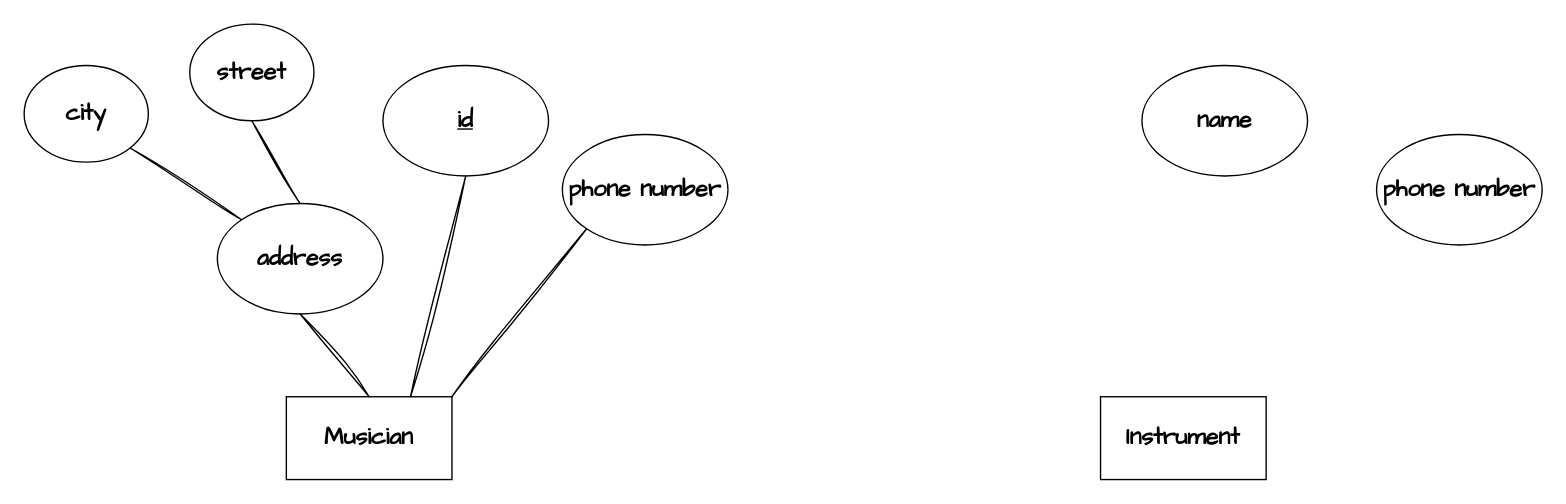
This is Erd2.drawio from you22ef/ERDs, a draw.io file, before an edit. Source tidied: cells renumbered, new cells numbered last; positions are measured from the earlier drawing's top-left corner, leaving out a move shared by most shapes. Both pictures are drawn from the tidied source at 138%, with x=0, y=0 at pixel (23, 23).
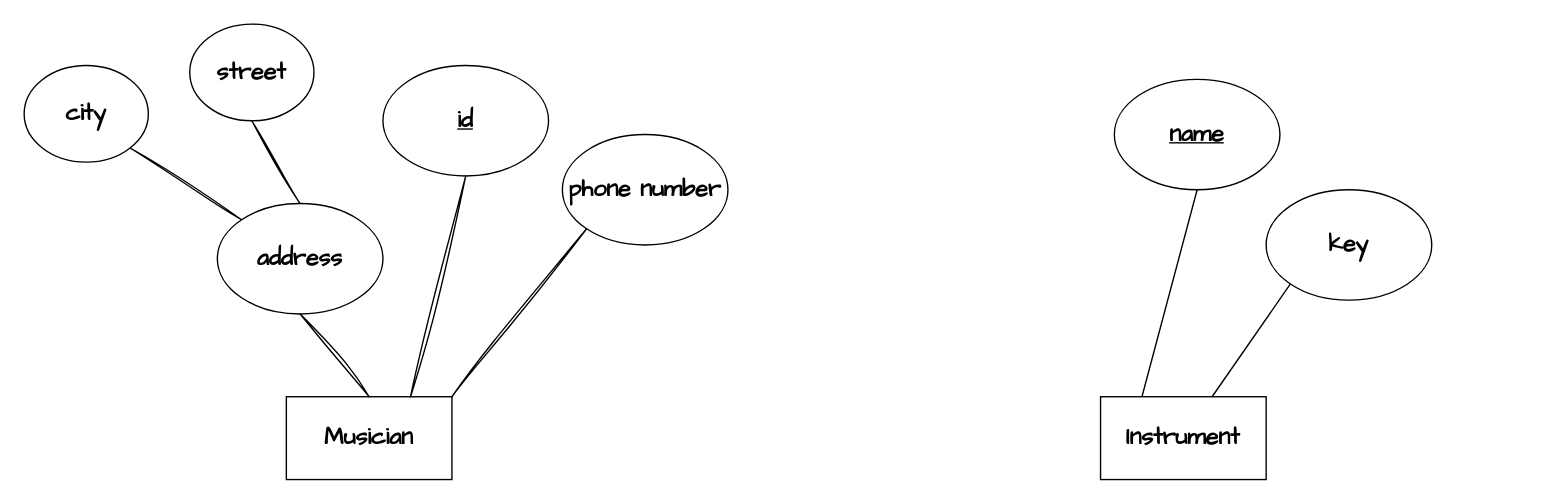
The same page after the edit.

Change to the diagram source:
```diff
@@
 <mxGraphModel>
   <root>
     <mxCell id="0" />
     <mxCell id="1" parent="0" />
     <mxCell id="2" value="&lt;span id=&quot;docs-internal-guid-b02465c9-7fff-04e4-41f6-fbca4afa2017&quot;&gt;&lt;span style=&quot;background-color: transparent; font-variant-numeric: normal; font-variant-east-asian: normal; font-variant-alternates: normal; font-variant-position: normal; vertical-align: baseline; white-space-collapse: preserve;&quot;&gt;&lt;font style=&quot;font-size: 17px;&quot; face=&quot;Architects Daughter&quot;&gt;&lt;b&gt;&lt;u&gt;id&lt;/u&gt;&lt;/b&gt;&lt;/font&gt;&lt;/span&gt;&lt;/span&gt;" style="ellipse;whiteSpace=wrap;html=1;" parent="1" vertex="1">
       <mxGeometry x="260" y="30" width="120" height="80" as="geometry" />
     </mxCell>
     <mxCell id="3" value="&lt;b style=&quot;font-family: &amp;quot;Architects Daughter&amp;quot;; font-size: 17px; white-space-collapse: preserve;&quot;&gt;Musician&lt;/b&gt;" style="rounded=0;whiteSpace=wrap;html=1;" parent="1" vertex="1">
       <mxGeometry x="190" y="270" width="120" height="60" as="geometry" />
     </mxCell>
     <mxCell id="4" value="&lt;span id=&quot;docs-internal-guid-b02465c9-7fff-04e4-41f6-fbca4afa2017&quot;&gt;&lt;span style=&quot;background-color: transparent; font-variant-numeric: normal; font-variant-east-asian: normal; font-variant-alternates: normal; font-variant-position: normal; vertical-align: baseline; white-space-collapse: preserve;&quot;&gt;&lt;font style=&quot;font-size: 17px;&quot; face=&quot;Architects Daughter&quot;&gt;&lt;b&gt;address&lt;/b&gt;&lt;/font&gt;&lt;/span&gt;&lt;/span&gt;" style="ellipse;whiteSpace=wrap;html=1;" parent="1" vertex="1">
       <mxGeometry x="140" y="130" width="120" height="80" as="geometry" />
     </mxCell>
     <mxCell id="5" value="&lt;span id=&quot;docs-internal-guid-82c6cc08-7fff-a99c-3e81-df709c26ebbc&quot;&gt;&lt;span style=&quot;background-color: transparent; font-variant-numeric: normal; font-variant-east-asian: normal; font-variant-alternates: normal; font-variant-position: normal; vertical-align: baseline; white-space-collapse: preserve;&quot;&gt;&lt;font face=&quot;Architects Daughter&quot; style=&quot;font-size: 17px;&quot;&gt;&lt;b&gt;phone number&lt;/b&gt;&lt;/font&gt;&lt;/span&gt;&lt;/span&gt;" style="ellipse;whiteSpace=wrap;html=1;" parent="1" vertex="1">
       <mxGeometry x="390" y="80" width="120" height="80" as="geometry" />
     </mxCell>
     <mxCell id="6" value="&lt;span id=&quot;docs-internal-guid-b02465c9-7fff-04e4-41f6-fbca4afa2017&quot;&gt;&lt;span style=&quot;background-color: transparent; font-variant-numeric: normal; font-variant-east-asian: normal; font-variant-alternates: normal; font-variant-position: normal; vertical-align: baseline; white-space-collapse: preserve;&quot;&gt;&lt;font style=&quot;font-size: 17px;&quot; face=&quot;Architects Daughter&quot;&gt;&lt;b&gt;street&lt;/b&gt;&lt;/font&gt;&lt;/span&gt;&lt;/span&gt;" style="ellipse;whiteSpace=wrap;html=1;" parent="1" vertex="1">
       <mxGeometry x="120" width="90" height="70" as="geometry" />
     </mxCell>
     <mxCell id="7" value="&lt;font face=&quot;Architects Daughter&quot;&gt;&lt;span style=&quot;font-size: 17px; white-space-collapse: preserve;&quot;&gt;&lt;b&gt;city&lt;/b&gt;&lt;/span&gt;&lt;/font&gt;" style="ellipse;whiteSpace=wrap;html=1;" parent="1" vertex="1">
       <mxGeometry y="30" width="90" height="70" as="geometry" />
     </mxCell>
     <mxCell id="8" style="endArrow=none;html=1;rounded=0;entryX=0;entryY=1;entryDx=0;entryDy=0;exitX=1;exitY=0;exitDx=0;exitDy=0;sketch=1;curveFitting=1;jiggle=2;" parent="1" edge="1" source="3" target="5">
       <mxGeometry relative="1" as="geometry" />
     </mxCell>
     <mxCell id="9" style="endArrow=none;html=1;rounded=0;entryX=0.5;entryY=1;entryDx=0;entryDy=0;exitX=0.75;exitY=0;exitDx=0;exitDy=0;sketch=1;curveFitting=1;jiggle=2;" parent="1" edge="1" source="3" target="2">
       <mxGeometry relative="1" as="geometry" />
     </mxCell>
     <mxCell id="10" style="endArrow=none;html=1;rounded=0;entryX=0.5;entryY=1;entryDx=0;entryDy=0;exitX=0.5;exitY=0;exitDx=0;exitDy=0;sketch=1;curveFitting=1;jiggle=2;" parent="1" edge="1" source="3" target="4">
       <mxGeometry relative="1" as="geometry" />
     </mxCell>
     <mxCell id="11" style="endArrow=none;html=1;rounded=0;entryX=0.5;entryY=1;entryDx=0;entryDy=0;exitX=0.5;exitY=0;exitDx=0;exitDy=0;sketch=1;curveFitting=1;jiggle=2;" parent="1" edge="1" source="4" target="6">
       <mxGeometry relative="1" as="geometry" />
     </mxCell>
     <mxCell id="12" style="endArrow=none;html=1;rounded=0;entryX=1;entryY=1;entryDx=0;entryDy=0;exitX=0;exitY=0;exitDx=0;exitDy=0;sketch=1;curveFitting=1;jiggle=2;" parent="1" edge="1" source="4" target="7">
       <mxGeometry relative="1" as="geometry" />
     </mxCell>
     <mxCell id="13" value="&lt;b style=&quot;font-family: &amp;quot;Architects Daughter&amp;quot;; font-size: 17px; white-space-collapse: preserve;&quot;&gt;Instrument&lt;/b&gt;" style="rounded=0;whiteSpace=wrap;html=1;" parent="1" vertex="1">
       <mxGeometry x="780" y="270" width="120" height="60" as="geometry" />
     </mxCell>
-    <mxCell id="14" value="&lt;span id=&quot;docs-internal-guid-82c6cc08-7fff-a99c-3e81-df709c26ebbc&quot;&gt;&lt;span style=&quot;background-color: transparent; font-variant-numeric: normal; font-variant-east-asian: normal; font-variant-alternates: normal; font-variant-position: normal; vertical-align: baseline; white-space-collapse: preserve;&quot;&gt;&lt;font face=&quot;Architects Daughter&quot; style=&quot;font-size: 17px;&quot;&gt;&lt;b&gt;phone number&lt;/b&gt;&lt;/font&gt;&lt;/span&gt;&lt;/span&gt;" style="ellipse;whiteSpace=wrap;html=1;" parent="1" vertex="1">
-      <mxGeometry x="980" y="80" width="120" height="80" as="geometry" />
+    <mxCell id="14" value="&lt;span id=&quot;docs-internal-guid-82c6cc08-7fff-a99c-3e81-df709c26ebbc&quot;&gt;&lt;span style=&quot;background-color: transparent; font-variant-numeric: normal; font-variant-east-asian: normal; font-variant-alternates: normal; font-variant-position: normal; vertical-align: baseline; white-space-collapse: preserve;&quot;&gt;&lt;font face=&quot;Architects Daughter&quot; style=&quot;font-size: 17px;&quot;&gt;&lt;b&gt;key&lt;/b&gt;&lt;/font&gt;&lt;/span&gt;&lt;/span&gt;" style="ellipse;whiteSpace=wrap;html=1;" parent="1" vertex="1">
+      <mxGeometry x="900" y="120" width="120" height="80" as="geometry" />
     </mxCell>
-    <mxCell id="15" value="&lt;font face=&quot;Architects Daughter&quot; style=&quot;font-size: 17px;&quot;&gt;&lt;b&gt;name&lt;/b&gt;&lt;/font&gt;" style="ellipse;whiteSpace=wrap;html=1;" parent="1" vertex="1">
-      <mxGeometry x="810" y="30" width="120" height="80" as="geometry" />
+    <mxCell id="15" value="&lt;font face=&quot;Architects Daughter&quot; style=&quot;font-size: 17px;&quot;&gt;&lt;b&gt;&lt;u&gt;name&lt;/u&gt;&lt;/b&gt;&lt;/font&gt;" style="ellipse;whiteSpace=wrap;html=1;" parent="1" vertex="1">
+      <mxGeometry x="790" y="40" width="120" height="80" as="geometry" />
     </mxCell>
+    <mxCell id="16" style="endArrow=none;html=1;rounded=0;entryX=0.5;entryY=1;entryDx=0;entryDy=0;exitX=0.25;exitY=0;exitDx=0;exitDy=0;" parent="1" edge="1" source="13" target="15">
+      <mxGeometry relative="1" as="geometry" />
+    </mxCell>
+    <mxCell id="17" style="endArrow=none;html=1;rounded=0;entryX=0;entryY=1;entryDx=0;entryDy=0;" parent="1" edge="1" source="13" target="14">
+      <mxGeometry relative="1" as="geometry" />
+    </mxCell>
   </root>
 </mxGraphModel>
```
